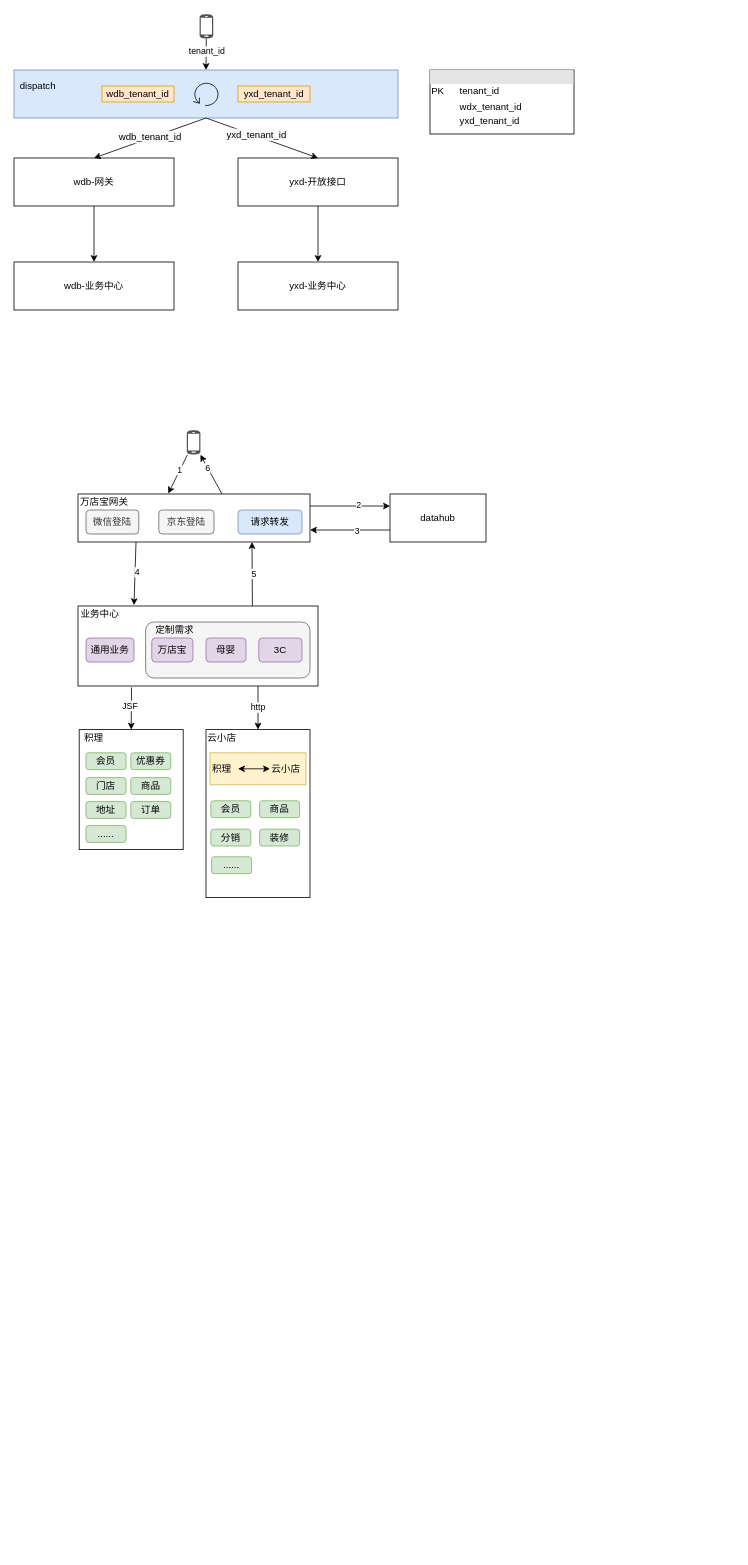
boyka1234/district keeps this draw.io diagram as 万店宝门店通融合.drawio. Above is the earlier version. Source tidied: cells renumbered, new cells numbered last; positions are measured from the earlier drawing's top-left corner, leaving out a move shared by most shapes. Both pictures are drawn from the tidied source at 80%, with x=0, y=0 at pixel (14, 14).
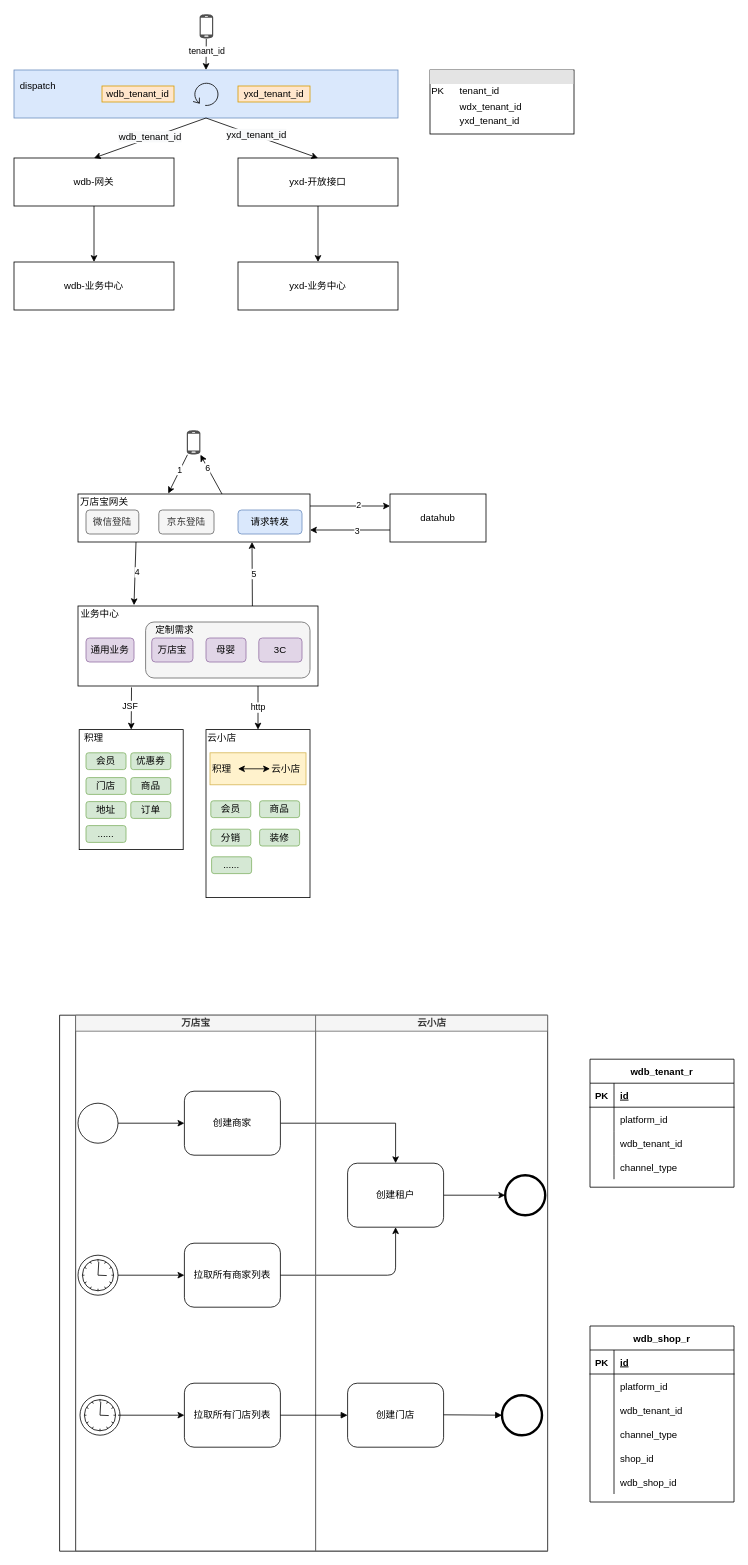
The same page after the edit.

Commit message:
Update 万店宝门店通融合.drawio

Unchanged cells that the change refers to:
```xml
<mxCell id="52" style="rounded=0;whiteSpace=wrap;html=1;" parent="1" vertex="1">
  <mxGeometry x="240" y="894.5" width="130" height="210" as="geometry" />
</mxCell>
```

What changed in the source:
```diff
@@
-    <mxCell id="63" style="edgeStyle=orthogonalEdgeStyle;rounded=0;orthogonalLoop=1;jettySize=auto;html=1;exitX=0.5;exitY=1;exitDx=0;exitDy=0;" parent="1" edge="1" source="52" target="52">
-      <mxGeometry relative="1" as="geometry" />
+    <mxCell id="63" style="edgeStyle=orthogonalEdgeStyle;rounded=0;orthogonalLoop=1;jettySize=auto;html=1;exitX=0.5;exitY=1;exitDx=0;exitDy=0;" parent="1" edge="1">
+      <mxGeometry relative="1" as="geometry">
+        <mxPoint x="302" y="1226" as="sourcePoint" />
+        <mxPoint x="302" y="1226" as="targetPoint" />
+      </mxGeometry>
     </mxCell>
@@
+    <mxCell id="72" style="edgeStyle=orthogonalEdgeStyle;rounded=0;jettySize=auto;html=1;" parent="1" edge="1" source="73" target="75">
+      <mxGeometry relative="1" as="geometry" />
+    </mxCell>
+    <mxCell id="73" style="shape=mxgraph.bpmn.shape;html=1;verticalLabelPosition=bottom;labelBackgroundColor=#ffffff;verticalAlign=top;align=center;perimeter=ellipsePerimeter;outlineConnect=0;outline=standard;symbol=general;" parent="1" vertex="1">
+      <mxGeometry x="80" y="1361.5" width="50" height="50" as="geometry" />
+    </mxCell>
+    <mxCell id="74" style="edgeStyle=orthogonalEdgeStyle;rounded=0;jettySize=auto;html=1;" parent="1" edge="1" source="75" target="77">
+      <mxGeometry relative="1" as="geometry" />
+    </mxCell>
+    <mxCell id="75" value="创建商家" style="shape=ext;rounded=1;html=1;whiteSpace=wrap;" parent="1" vertex="1">
+      <mxGeometry x="213" y="1346.5" width="120" height="80" as="geometry" />
+    </mxCell>
+    <mxCell id="76" style="edgeStyle=orthogonalEdgeStyle;rounded=0;jettySize=auto;html=1;" parent="1" edge="1" source="77" target="78">
+      <mxGeometry relative="1" as="geometry" />
+    </mxCell>
+    <mxCell id="77" value="创建租户" style="shape=ext;rounded=1;html=1;whiteSpace=wrap;" parent="1" vertex="1">
+      <mxGeometry x="417" y="1436.5" width="120" height="80" as="geometry" />
+    </mxCell>
+    <mxCell id="78" style="shape=mxgraph.bpmn.shape;html=1;verticalLabelPosition=bottom;labelBackgroundColor=#ffffff;verticalAlign=top;align=center;perimeter=ellipsePerimeter;outlineConnect=0;outline=end;symbol=general;" parent="1" vertex="1">
+      <mxGeometry x="614" y="1451.5" width="50" height="50" as="geometry" />
+    </mxCell>
+    <mxCell id="79" style="edgeStyle=orthogonalEdgeStyle;rounded=0;jettySize=auto;html=1;" parent="1" edge="1" source="80" target="81">
+      <mxGeometry relative="1" as="geometry" />
+    </mxCell>
+    <mxCell id="80" style="shape=mxgraph.bpmn.shape;html=1;verticalLabelPosition=bottom;labelBackgroundColor=#ffffff;verticalAlign=top;align=center;perimeter=ellipsePerimeter;outlineConnect=0;outline=standard;symbol=timer;" parent="1" vertex="1">
+      <mxGeometry x="80" y="1551.5" width="50" height="50" as="geometry" />
+    </mxCell>
+    <mxCell id="81" value="拉取所有商家列表" style="shape=ext;rounded=1;html=1;whiteSpace=wrap;" parent="1" vertex="1">
+      <mxGeometry x="213" y="1536.5" width="120" height="80" as="geometry" />
+    </mxCell>
+    <mxCell id="82" style="endArrow=classic;html=1;exitX=1;exitY=0.5;exitDx=0;exitDy=0;entryX=0.5;entryY=1;entryDx=0;entryDy=0;" parent="1" edge="1" source="81" target="77">
+      <mxGeometry relative="1" as="geometry">
+        <Array as="points">
+          <mxPoint x="477" y="1576.5" />
+        </Array>
+      </mxGeometry>
+    </mxCell>
+    <mxCell id="83" style="swimlane;html=1;startSize=20;horizontal=0;" parent="1" vertex="1">
+      <mxGeometry x="57" y="1251.5" width="610" height="670" as="geometry" />
+    </mxCell>
+    <mxCell id="84" value="万店宝" style="swimlane;html=1;startSize=20;fillColor=#f5f5f5;strokeColor=#666666;fontColor=#333333;" parent="83" vertex="1">
+      <mxGeometry x="20" width="300" height="670" as="geometry" />
+    </mxCell>
+    <mxCell id="85" style="shape=mxgraph.bpmn.shape;html=1;verticalLabelPosition=bottom;labelBackgroundColor=#ffffff;verticalAlign=top;align=center;perimeter=ellipsePerimeter;outline=standard;symbol=timer;" parent="84" vertex="1">
+      <mxGeometry x="5.5" y="475" width="50" height="50" as="geometry" />
+    </mxCell>
+    <mxCell id="86" value="云小店" style="swimlane;html=1;startSize=20;fillColor=#f5f5f5;strokeColor=#666666;fontColor=#333333;" parent="83" vertex="1">
+      <mxGeometry x="320" width="290" height="670" as="geometry" />
+    </mxCell>
+    <mxCell id="87" style="shape=mxgraph.bpmn.shape;html=1;verticalLabelPosition=bottom;labelBackgroundColor=#ffffff;verticalAlign=top;align=center;perimeter=ellipsePerimeter;outlineConnect=0;outline=end;symbol=general;" parent="86" vertex="1">
+      <mxGeometry x="233" y="475" width="50" height="50" as="geometry" />
+    </mxCell>
+    <mxCell id="88" style="edgeStyle=orthogonalEdgeStyle;rounded=0;jettySize=auto;html=1;" parent="86" edge="1" target="89">
+      <mxGeometry relative="1" as="geometry">
+        <mxPoint x="-247" y="500" as="sourcePoint" />
+        <Array as="points">
+          <mxPoint x="-197" y="500" />
+          <mxPoint x="-197" y="500" />
+        </Array>
+      </mxGeometry>
+    </mxCell>
+    <mxCell id="89" value="拉取所有门店列表" style="shape=ext;rounded=1;html=1;whiteSpace=wrap;" parent="86" vertex="1">
+      <mxGeometry x="-164" y="460" width="120" height="80" as="geometry" />
+    </mxCell>
+    <mxCell id="90" value="创建门店" style="shape=ext;rounded=1;html=1;whiteSpace=wrap;" parent="86" vertex="1">
+      <mxGeometry x="40" y="460" width="120" height="80" as="geometry" />
+    </mxCell>
+    <mxCell id="91" style="endArrow=block;endFill=1;endSize=6;html=1;entryX=0;entryY=0.5;entryDx=0;entryDy=0;" parent="86" edge="1" target="87">
+      <mxGeometry relative="1" as="geometry">
+        <mxPoint x="160" y="499.5" as="sourcePoint" />
+      </mxGeometry>
+    </mxCell>
+    <mxCell id="92" style="endArrow=block;endFill=1;endSize=6;html=1;exitX=1;exitY=0.5;exitDx=0;exitDy=0;" parent="86" edge="1" source="89" target="90">
+      <mxGeometry relative="1" as="geometry" />
+    </mxCell>
+    <mxCell id="93" value="wdb_tenant_r" style="shape=table;startSize=30;childLayout=tableLayout;rowLines=0;fontStyle=1;align=center;" parent="1" vertex="1">
+      <mxGeometry x="720" y="1306.5" width="180" height="160" as="geometry" />
+    </mxCell>
+    <mxCell id="94" style="shape=partialRectangle;fillColor=none;top=0;left=0;bottom=1;right=0;" parent="93" vertex="1">
+      <mxGeometry y="30" width="180" height="30" as="geometry" />
+    </mxCell>
+    <mxCell id="95" value="PK" style="shape=partialRectangle;fillColor=none;top=0;left=0;bottom=0;right=0;fontStyle=1;overflow=hidden;" parent="94" vertex="1">
+      <mxGeometry width="30" height="30" as="geometry" />
+    </mxCell>
+    <mxCell id="96" value="id" style="shape=partialRectangle;fillColor=none;top=0;left=0;bottom=0;right=0;align=left;spacingLeft=6;fontStyle=5;overflow=hidden;" parent="94" vertex="1">
+      <mxGeometry x="30" width="150" height="30" as="geometry" />
+    </mxCell>
+    <mxCell id="97" style="shape=partialRectangle;fillColor=none;top=0;left=0;bottom=0;right=0;" parent="93" vertex="1">
+      <mxGeometry y="60" width="180" height="30" as="geometry" />
+    </mxCell>
+    <mxCell id="98" style="shape=partialRectangle;fillColor=none;top=0;left=0;bottom=0;right=0;overflow=hidden;" parent="97" vertex="1">
+      <mxGeometry width="30" height="30" as="geometry" />
+    </mxCell>
+    <mxCell id="99" value="platform_id" style="shape=partialRectangle;fillColor=none;top=0;left=0;bottom=0;right=0;align=left;spacingLeft=6;overflow=hidden;" parent="97" vertex="1">
+      <mxGeometry x="30" width="150" height="30" as="geometry" />
+    </mxCell>
+    <mxCell id="100" style="shape=partialRectangle;fillColor=none;top=0;left=0;bottom=0;right=0;" parent="93" vertex="1">
+      <mxGeometry y="90" width="180" height="30" as="geometry" />
+    </mxCell>
+    <mxCell id="101" style="shape=partialRectangle;fillColor=none;top=0;left=0;bottom=0;right=0;overflow=hidden;" parent="100" vertex="1">
+      <mxGeometry width="30" height="30" as="geometry" />
+    </mxCell>
+    <mxCell id="102" value="wdb_tenant_id" style="shape=partialRectangle;fillColor=none;top=0;left=0;bottom=0;right=0;align=left;spacingLeft=6;overflow=hidden;" parent="100" vertex="1">
+      <mxGeometry x="30" width="150" height="30" as="geometry" />
+    </mxCell>
+    <mxCell id="103" style="shape=partialRectangle;fillColor=none;top=0;left=0;bottom=0;right=0;" parent="93" vertex="1">
+      <mxGeometry y="120" width="180" height="30" as="geometry" />
+    </mxCell>
+    <mxCell id="104" style="shape=partialRectangle;fillColor=none;top=0;left=0;bottom=0;right=0;overflow=hidden;" parent="103" vertex="1">
+      <mxGeometry width="30" height="30" as="geometry" />
+    </mxCell>
+    <mxCell id="105" value="channel_type" style="shape=partialRectangle;fillColor=none;top=0;left=0;bottom=0;right=0;align=left;spacingLeft=6;overflow=hidden;" parent="103" vertex="1">
+      <mxGeometry x="30" width="150" height="30" as="geometry" />
+    </mxCell>
+    <mxCell id="106" value="wdb_shop_r" style="shape=table;startSize=30;childLayout=tableLayout;rowLines=0;fontStyle=1;align=center;" parent="1" vertex="1">
+      <mxGeometry x="720" y="1640" width="180" height="220" as="geometry" />
+    </mxCell>
+    <mxCell id="107" style="shape=partialRectangle;fillColor=none;top=0;left=0;bottom=1;right=0;" parent="106" vertex="1">
+      <mxGeometry y="30" width="180" height="30" as="geometry" />
+    </mxCell>
+    <mxCell id="108" value="PK" style="shape=partialRectangle;fillColor=none;top=0;left=0;bottom=0;right=0;fontStyle=1;overflow=hidden;" parent="107" vertex="1">
+      <mxGeometry width="30" height="30" as="geometry" />
+    </mxCell>
+    <mxCell id="109" value="id" style="shape=partialRectangle;fillColor=none;top=0;left=0;bottom=0;right=0;align=left;spacingLeft=6;fontStyle=5;overflow=hidden;" parent="107" vertex="1">
+      <mxGeometry x="30" width="150" height="30" as="geometry" />
+    </mxCell>
+    <mxCell id="110" style="shape=partialRectangle;fillColor=none;top=0;left=0;bottom=0;right=0;" parent="106" vertex="1">
+      <mxGeometry y="60" width="180" height="30" as="geometry" />
+    </mxCell>
+    <mxCell id="111" style="shape=partialRectangle;fillColor=none;top=0;left=0;bottom=0;right=0;overflow=hidden;" parent="110" vertex="1">
+      <mxGeometry width="30" height="30" as="geometry" />
+    </mxCell>
+    <mxCell id="112" value="platform_id" style="shape=partialRectangle;fillColor=none;top=0;left=0;bottom=0;right=0;align=left;spacingLeft=6;overflow=hidden;" parent="110" vertex="1">
+      <mxGeometry x="30" width="150" height="30" as="geometry" />
+    </mxCell>
+    <mxCell id="113" style="shape=partialRectangle;fillColor=none;top=0;left=0;bottom=0;right=0;" parent="106" vertex="1">
+      <mxGeometry y="90" width="180" height="30" as="geometry" />
+    </mxCell>
+    <mxCell id="114" style="shape=partialRectangle;fillColor=none;top=0;left=0;bottom=0;right=0;overflow=hidden;" parent="113" vertex="1">
+      <mxGeometry width="30" height="30" as="geometry" />
+    </mxCell>
+    <mxCell id="115" value="wdb_tenant_id" style="shape=partialRectangle;fillColor=none;top=0;left=0;bottom=0;right=0;align=left;spacingLeft=6;overflow=hidden;" parent="113" vertex="1">
+      <mxGeometry x="30" width="150" height="30" as="geometry" />
+    </mxCell>
+    <mxCell id="116" style="shape=partialRectangle;fillColor=none;top=0;left=0;bottom=0;right=0;" parent="106" vertex="1">
+      <mxGeometry y="120" width="180" height="30" as="geometry" />
+    </mxCell>
+    <mxCell id="117" style="shape=partialRectangle;fillColor=none;top=0;left=0;bottom=0;right=0;overflow=hidden;" parent="116" vertex="1">
+      <mxGeometry width="30" height="30" as="geometry" />
+    </mxCell>
+    <mxCell id="118" value="channel_type" style="shape=partialRectangle;fillColor=none;top=0;left=0;bottom=0;right=0;align=left;spacingLeft=6;overflow=hidden;" parent="116" vertex="1">
+      <mxGeometry x="30" width="150" height="30" as="geometry" />
+    </mxCell>
+    <mxCell id="119" style="shape=partialRectangle;fillColor=none;top=0;left=0;bottom=0;right=0;" parent="106" vertex="1">
+      <mxGeometry y="150" width="180" height="30" as="geometry" />
+    </mxCell>
+    <mxCell id="120" style="shape=partialRectangle;fillColor=none;top=0;left=0;bottom=0;right=0;overflow=hidden;" parent="119" vertex="1">
+      <mxGeometry width="30" height="30" as="geometry" />
+    </mxCell>
+    <mxCell id="121" value="shop_id" style="shape=partialRectangle;fillColor=none;top=0;left=0;bottom=0;right=0;align=left;spacingLeft=6;overflow=hidden;" parent="119" vertex="1">
+      <mxGeometry x="30" width="150" height="30" as="geometry" />
+    </mxCell>
+    <mxCell id="122" style="shape=partialRectangle;fillColor=none;top=0;left=0;bottom=0;right=0;" parent="106" vertex="1">
+      <mxGeometry y="180" width="180" height="30" as="geometry" />
+    </mxCell>
+    <mxCell id="123" style="shape=partialRectangle;fillColor=none;top=0;left=0;bottom=0;right=0;overflow=hidden;" parent="122" vertex="1">
+      <mxGeometry width="30" height="30" as="geometry" />
+    </mxCell>
+    <mxCell id="124" value="wdb_shop_id" style="shape=partialRectangle;fillColor=none;top=0;left=0;bottom=0;right=0;align=left;spacingLeft=6;overflow=hidden;" parent="122" vertex="1">
+      <mxGeometry x="30" width="150" height="30" as="geometry" />
+    </mxCell>
```
